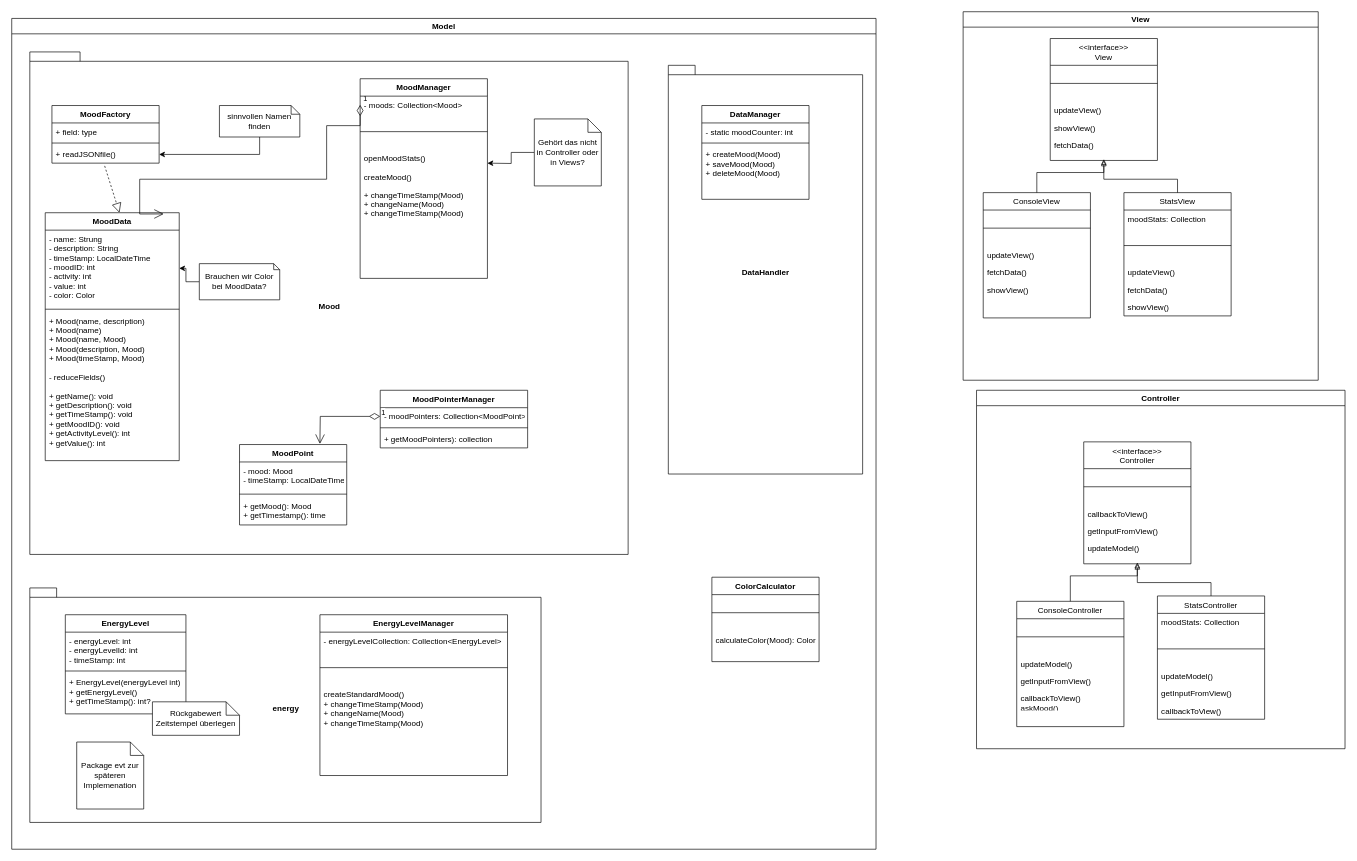
Before: diagramme/Klassendiagramm.drawio in AlessaW/Habittracker, a draw.io diagram. Source tidied: cells renumbered, new cells numbered last; positions are measured from the earlier drawing's top-left corner, leaving out a move shared by most shapes. Both pictures are drawn from the tidied source at 67%, with x=0, y=0 at pixel (11, 11).
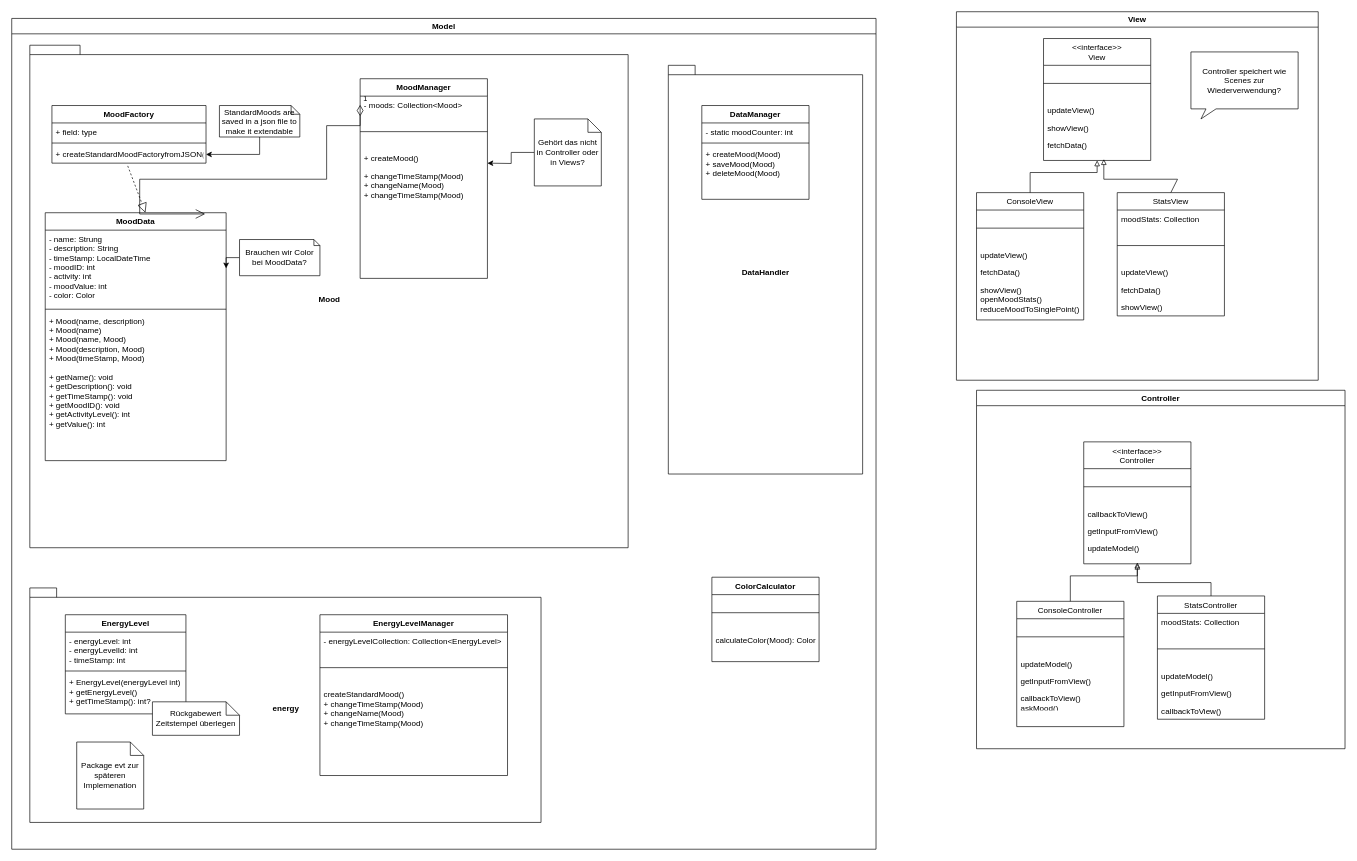
Above is the later version.

Commit message:
Update Model im Klassendiagramm

The change refers to these unchanged cells:
```xml
<mxCell id="2" value="Model" style="swimlane;" parent="1" vertex="1">
  <mxGeometry y="10" width="1290" height="1240" as="geometry" />
</mxCell>
<mxCell id="44" value="MoodManager" style="swimlane;fontStyle=1;align=center;verticalAlign=top;horizontal=1;startSize=26;rounded=0;shadow=0;strokeWidth=1;" parent="2" vertex="1">
  <mxGeometry x="520" y="90" width="190" height="298" as="geometry" />
</mxCell>
```

Diff of the diagram source:
```diff
@@
     <mxCell id="3" value="Mood" style="shape=folder;fontStyle=1;spacingTop=10;tabWidth=40;tabHeight=14;tabPosition=left;html=1;" parent="2" vertex="1">
-      <mxGeometry x="27" y="50" width="893" height="750" as="geometry" />
+      <mxGeometry x="27" y="40" width="893" height="750" as="geometry" />
     </mxCell>
@@
     <mxCell id="9" value="MoodData" style="swimlane;fontStyle=1;align=center;verticalAlign=top;horizontal=1;startSize=26;" parent="2" vertex="1">
-      <mxGeometry x="50" y="290" width="200" height="370" as="geometry" />
+      <mxGeometry x="50" y="290" width="270" height="370" as="geometry" />
     </mxCell>
-    <mxCell id="10" value="- name: Strung&#10;- description: String&#10;- timeStamp: LocalDateTime&#10;- moodID: int&#10;- activity: int&#10;- value: int&#10;- color: Color&#10;&#10;" style="text;strokeColor=none;fillColor=none;align=left;verticalAlign=top;spacingLeft=4;spacingRight=4;overflow=hidden;points=[[0,0.5],[1,0.5]];portConstraint=eastwest;" parent="9" vertex="1">
-      <mxGeometry y="26" width="200" height="114" as="geometry" />
+    <mxCell id="10" value="- name: Strung&#10;- description: String&#10;- timeStamp: LocalDateTime&#10;- moodID: int&#10;- activity: int&#10;- moodValue: int&#10;- color: Color&#10;&#10;" style="text;strokeColor=none;fillColor=none;align=left;verticalAlign=top;spacingLeft=4;spacingRight=4;overflow=hidden;points=[[0,0.5],[1,0.5]];portConstraint=eastwest;" parent="9" vertex="1">
+      <mxGeometry y="26" width="270" height="114" as="geometry" />
     </mxCell>
     <mxCell id="11" style="line;strokeWidth=1;fillColor=none;align=left;verticalAlign=middle;spacingTop=-1;spacingLeft=3;spacingRight=3;labelPosition=right;" parent="9" vertex="1">
-      <mxGeometry y="140" width="200" height="8" as="geometry" />
+      <mxGeometry y="140" width="270" height="8" as="geometry" />
     </mxCell>
-    <mxCell id="12" value="+ Mood(name, description)&#10;+ Mood(name)&#10;+ Mood(name, Mood)&#10;+ Mood(description, Mood)&#10;+ Mood(timeStamp, Mood)&#10;&#10;- reduceFields()&#10;&#10;+ getName(): void&#10;+ getDescription(): void&#10;+ getTimeStamp(): void&#10;+ getMoodID(): void&#10;+ getActivityLevel(): int&#10;+ getValue(): int&#10;&#10;" style="text;strokeColor=none;fillColor=none;align=left;verticalAlign=top;spacingLeft=4;spacingRight=4;overflow=hidden;" parent="9" vertex="1">
-      <mxGeometry y="148" width="200" height="222" as="geometry" />
+    <mxCell id="12" value="+ Mood(name, description)&#10;+ Mood(name)&#10;+ Mood(name, Mood)&#10;+ Mood(description, Mood)&#10;+ Mood(timeStamp, Mood)&#10;&#10;+ getName(): void&#10;+ getDescription(): void&#10;+ getTimeStamp(): void&#10;+ getMoodID(): void&#10;+ getActivityLevel(): int&#10;+ getValue(): int&#10;&#10;" style="text;strokeColor=none;fillColor=none;align=left;verticalAlign=top;spacingLeft=4;spacingRight=4;overflow=hidden;" parent="9" vertex="1">
+      <mxGeometry y="148" width="270" height="222" as="geometry" />
     </mxCell>
@@
-    <mxCell id="21" value="MoodPointerManager" style="swimlane;fontStyle=1;align=center;verticalAlign=top;horizontal=1;startSize=26;" parent="2" vertex="1">
-      <mxGeometry x="550" y="555" width="220" height="86" as="geometry" />
-    </mxCell>
-    <mxCell id="22" value="- moodPointers: Collection&lt;MoodPoint&gt;" style="text;strokeColor=none;fillColor=none;align=left;verticalAlign=top;spacingLeft=4;spacingRight=4;overflow=hidden;points=[[0,0.5],[1,0.5]];portConstraint=eastwest;" parent="21" vertex="1">
-      <mxGeometry y="26" width="220" height="26" as="geometry" />
-    </mxCell>
-    <mxCell id="23" style="line;strokeWidth=1;fillColor=none;align=left;verticalAlign=middle;spacingTop=-1;spacingLeft=3;spacingRight=3;labelPosition=right;" parent="21" vertex="1">
-      <mxGeometry y="52" width="220" height="8" as="geometry" />
-    </mxCell>
-    <mxCell id="24" value="+ getMoodPointers): collection" style="text;strokeColor=none;fillColor=none;align=left;verticalAlign=top;spacingLeft=4;spacingRight=4;overflow=hidden;" parent="21" vertex="1">
-      <mxGeometry y="60" width="220" height="26" as="geometry" />
-    </mxCell>
     <mxCell id="25" value="MoodFactory" style="swimlane;fontStyle=1;align=center;verticalAlign=top;horizontal=1;startSize=26;" parent="2" vertex="1">
-      <mxGeometry x="60" y="130" width="160" height="86" as="geometry" />
+      <mxGeometry x="60" y="130" width="230" height="86" as="geometry" />
     </mxCell>
     <mxCell id="26" value="+ field: type" style="text;strokeColor=none;fillColor=none;align=left;verticalAlign=top;spacingLeft=4;spacingRight=4;overflow=hidden;" parent="25" vertex="1">
-      <mxGeometry y="26" width="160" height="26" as="geometry" />
+      <mxGeometry y="26" width="230" height="26" as="geometry" />
     </mxCell>
     <mxCell id="27" style="line;strokeWidth=1;fillColor=none;align=left;verticalAlign=middle;spacingTop=-1;spacingLeft=3;spacingRight=3;labelPosition=right;" parent="25" vertex="1">
-      <mxGeometry y="52" width="160" height="8" as="geometry" />
+      <mxGeometry y="52" width="230" height="8" as="geometry" />
     </mxCell>
-    <mxCell id="28" value="+ readJSONfile()" style="text;strokeColor=none;fillColor=none;align=left;verticalAlign=top;spacingLeft=4;spacingRight=4;overflow=hidden;points=[[0,0.5],[1,0.5]];portConstraint=eastwest;" parent="25" vertex="1">
-      <mxGeometry y="60" width="160" height="26" as="geometry" />
+    <mxCell id="28" value="+ createStandardMoodFactoryfromJSON()" style="text;strokeColor=none;fillColor=none;align=left;verticalAlign=top;spacingLeft=4;spacingRight=4;overflow=hidden;points=[[0,0.5],[1,0.5]];portConstraint=eastwest;" parent="25" vertex="1">
+      <mxGeometry y="60" width="230" height="26" as="geometry" />
     </mxCell>
@@
-    <mxCell id="30" value="sinnvollen Namen finden" style="shape=note;size=13;whiteSpace=wrap;html=1;" parent="2" vertex="1">
+    <mxCell id="30" value="StandardMoods are saved in a json file to make it extendable" style="shape=note;size=13;whiteSpace=wrap;html=1;" parent="2" vertex="1">
       <mxGeometry x="310" y="130" width="120" height="47" as="geometry" />
     </mxCell>
@@
-    <mxCell id="34" value="1" style="endArrow=open;html=1;endSize=12;startArrow=diamondThin;startSize=14;startFill=0;edgeStyle=orthogonalEdgeStyle;align=left;verticalAlign=bottom;rounded=0;exitX=0;exitY=0.5;exitDx=0;exitDy=0;entryX=1;entryY=0.5;entryDx=0;entryDy=0;" parent="2" edge="1" source="22">
-      <mxGeometry x="-1" y="3" relative="1" as="geometry">
-        <mxPoint x="460" y="635" as="targetPoint" />
-      </mxGeometry>
-    </mxCell>
@@
     <mxCell id="43" value="Brauchen wir Color bei MoodData?" style="shape=note;size=9;whiteSpace=wrap;html=1;" parent="2" vertex="1">
-      <mxGeometry x="280" y="366" width="120" height="54" as="geometry" />
+      <mxGeometry x="340" y="330" width="120" height="54" as="geometry" />
     </mxCell>
@@
-    <mxCell id="47" value="openMoodStats()" style="text;align=left;verticalAlign=top;spacingLeft=4;spacingRight=4;overflow=hidden;rounded=0;shadow=0;html=0;" parent="44" vertex="1">
-      <mxGeometry y="106" width="190" height="28" as="geometry" />
-    </mxCell>
-    <mxCell id="48" value="createMood()" style="text;align=left;verticalAlign=top;spacingLeft=4;spacingRight=4;overflow=hidden;rounded=0;shadow=0;html=0;" parent="44" vertex="1">
-      <mxGeometry y="134" width="190" height="26" as="geometry" />
+    <mxCell id="48" value="+ createMood()" style="text;align=left;verticalAlign=top;spacingLeft=4;spacingRight=4;overflow=hidden;rounded=0;shadow=0;html=0;" parent="44" vertex="1">
+      <mxGeometry y="106" width="190" height="26" as="geometry" />
     </mxCell>
     <mxCell id="49" value="+ changeTimeStamp(Mood)&#10;+ changeName(Mood)&#10;+ changeTimeStamp(Mood)&#10;&#10;&#10;" style="text;align=left;verticalAlign=top;spacingLeft=4;spacingRight=4;overflow=hidden;rounded=0;shadow=0;html=0;" parent="44" vertex="1">
-      <mxGeometry y="160" width="190" height="68" as="geometry" />
+      <mxGeometry y="132" width="190" height="68" as="geometry" />
     </mxCell>
-    <mxCell id="50" value="MoodPoint" style="swimlane;fontStyle=1;align=center;verticalAlign=top;horizontal=1;startSize=26;" parent="2" vertex="1">
-      <mxGeometry x="340" y="636" width="160" height="120" as="geometry" />
-    </mxCell>
-    <mxCell id="51" value="- mood: Mood&#10;- timeStamp: LocalDateTime&#10;" style="text;strokeColor=none;fillColor=none;align=left;verticalAlign=top;spacingLeft=4;spacingRight=4;overflow=hidden;" parent="50" vertex="1">
-      <mxGeometry y="26" width="160" height="44" as="geometry" />
-    </mxCell>
-    <mxCell id="52" style="line;strokeWidth=1;fillColor=none;align=left;verticalAlign=middle;spacingTop=-1;spacingLeft=3;spacingRight=3;labelPosition=right;" parent="50" vertex="1">
-      <mxGeometry y="70" width="160" height="8" as="geometry" />
-    </mxCell>
-    <mxCell id="53" value="+ getMood(): Mood&#10;+ getTimestamp(): time&#10;" style="text;strokeColor=none;fillColor=none;align=left;verticalAlign=top;spacingLeft=4;spacingRight=4;overflow=hidden;" parent="50" vertex="1">
-      <mxGeometry y="78" width="160" height="42" as="geometry" />
-    </mxCell>
     <mxCell id="54" value="View" style="swimlane;" parent="1" vertex="1">
-      <mxGeometry x="1420" width="530" height="550" as="geometry" />
+      <mxGeometry x="1410" width="540" height="550" as="geometry" />
     </mxCell>
     <mxCell id="55" value="ConsoleView" style="swimlane;fontStyle=0;align=center;verticalAlign=top;horizontal=1;startSize=26;rounded=0;shadow=0;strokeWidth=1;" parent="54" vertex="1">
-      <mxGeometry x="30" y="270" width="160" height="187" as="geometry" />
+      <mxGeometry x="30" y="270" width="160" height="190" as="geometry" />
     </mxCell>
@@
-    <mxCell id="59" value="showView()" style="text;align=left;verticalAlign=top;spacingLeft=4;spacingRight=4;overflow=hidden;rounded=0;shadow=0;html=0;" parent="55" vertex="1">
-      <mxGeometry y="132" width="160" height="26" as="geometry" />
+    <mxCell id="59" value="showView()&#10;openMoodStats()&#10;reduceMoodToSinglePoint()&#10;" style="text;align=left;verticalAlign=top;spacingLeft=4;spacingRight=4;overflow=hidden;rounded=0;shadow=0;html=0;" parent="55" vertex="1">
+      <mxGeometry y="132" width="160" height="58" as="geometry" />
     </mxCell>
@@
+    <mxCell id="92" value="Controller speichert wie Scenes zur Wiederverwendung?" style="whiteSpace=wrap;html=1;shape=mxgraph.basic.rectCallout;dx=30;dy=15;boundedLbl=1;" parent="54" vertex="1">
+      <mxGeometry x="350" y="60" width="160" height="100" as="geometry" />
+    </mxCell>
```
